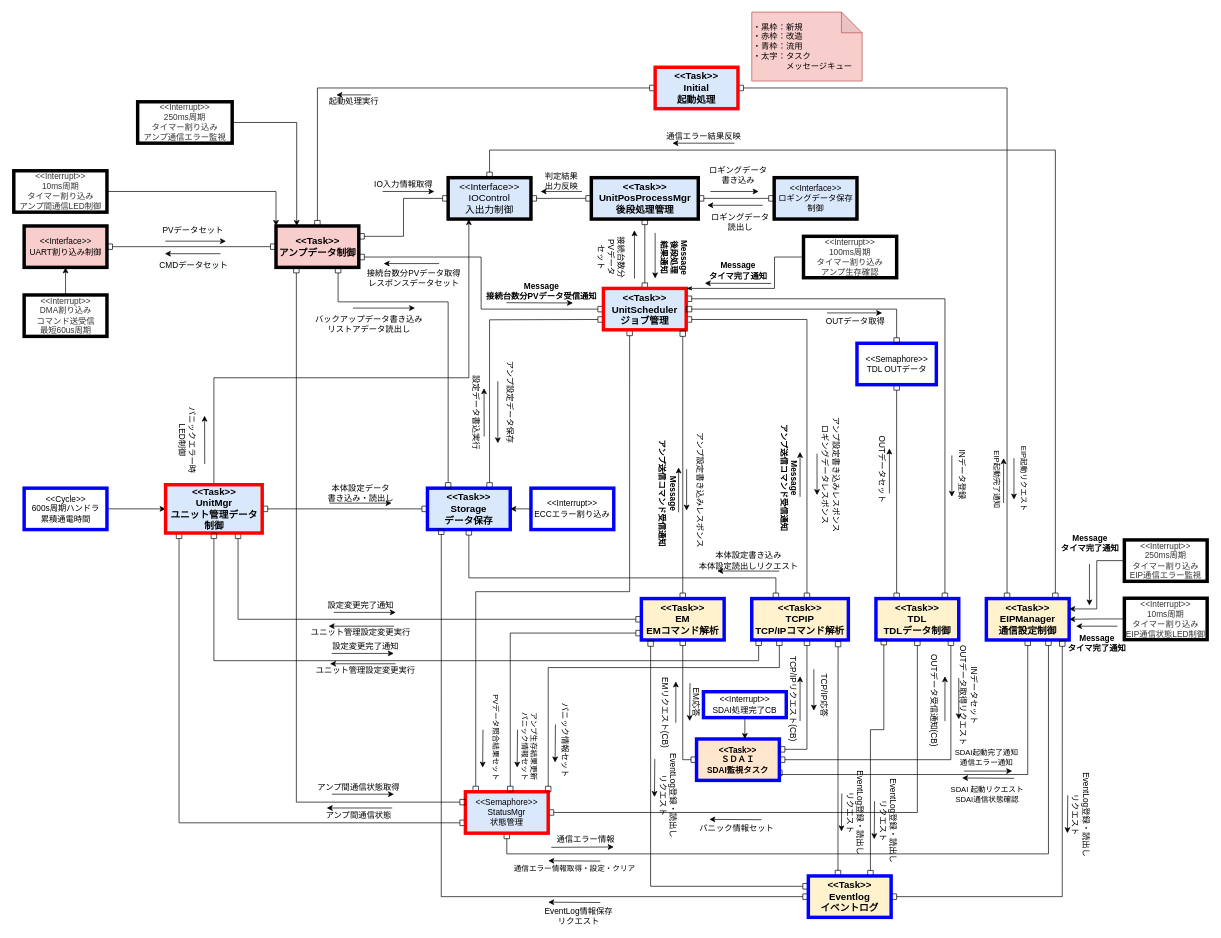
The draw.io diagram page "RevC_動的構造" (4 of 4) of NWユニット_アーキテクチャ図.drawio in YutaSuzukiGARI/nwunit, before the edit. Source tidied: cells renumbered, new cells numbered last; positions are measured from the earlier drawing's top-left corner, leaving out a move shared by most shapes. Both pictures are drawn from the tidied source at 69%, with x=0, y=0 at pixel (13, 12).
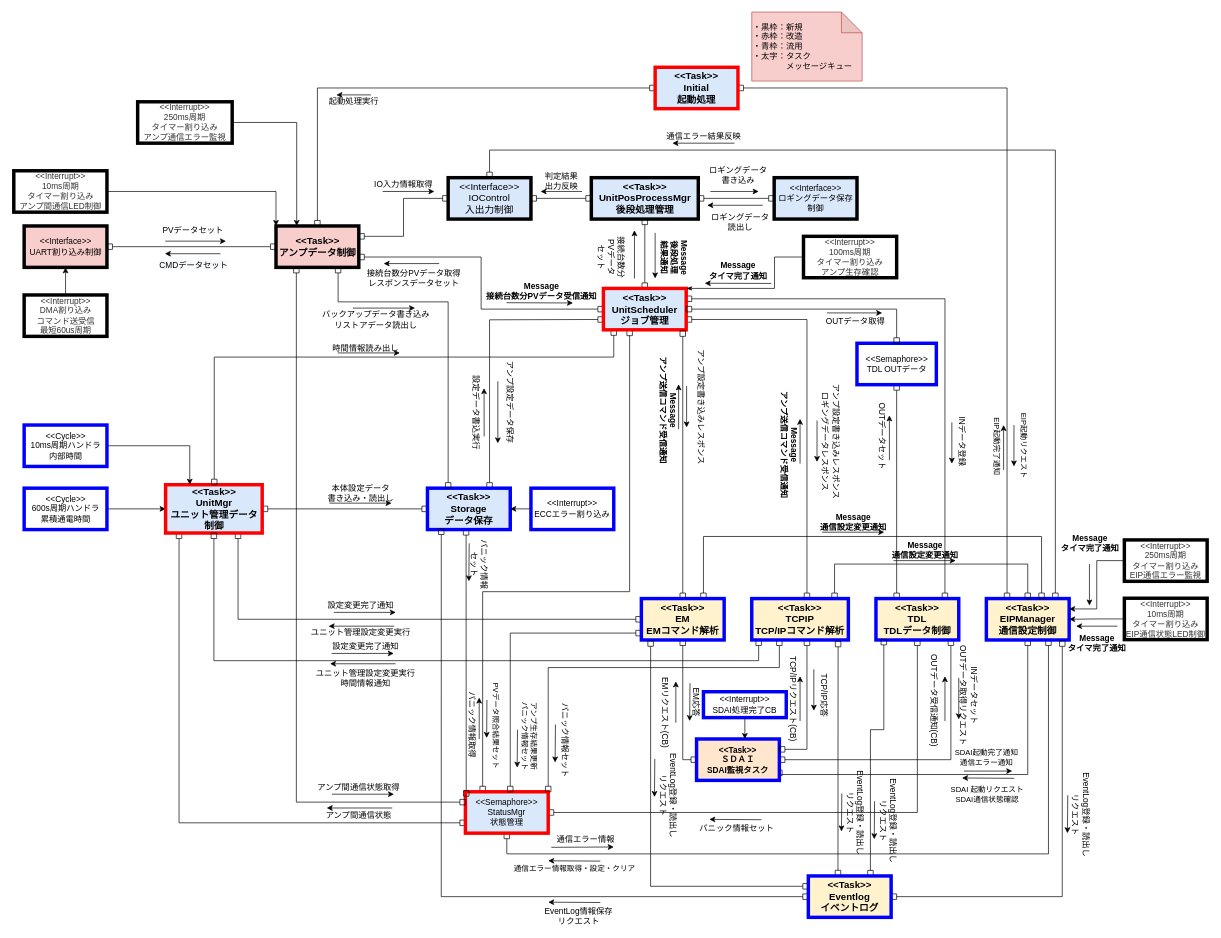
The same diagram, later.

Commit message (it also covers changes not shown here):
Update NWユニット_アーキテクチャ図.drawio

Unchanged cells that the change refers to:
```xml
<mxCell id="4" style="edgeStyle=orthogonalEdgeStyle;rounded=0;jettySize=auto;html=1;startArrow=box;startFill=0;endArrow=box;endFill=0;entryX=0.25;entryY=0;entryDx=0;entryDy=0;exitX=1;exitY=0.5;exitDx=0;exitDy=0;" parent="1" edge="1" source="7" target="12">
  <mxGeometry relative="1" as="geometry" />
</mxCell>
<mxCell id="12" value="&amp;lt;&amp;lt;Task&amp;gt;&amp;gt;&lt;br&gt;EIPManager&lt;br style=&quot;font-size: 14px&quot;&gt;通信設定制御" style="rounded=0;whiteSpace=wrap;html=1;fillColor=#fff2cc;strokeColor=#0000FF;strokeWidth=5;fontStyle=1;fontSize=14;" parent="1" vertex="1">
  <mxGeometry x="1410" y="850" width="120" height="60" as="geometry" />
</mxCell>
<mxCell id="34" value="&amp;lt;&amp;lt;Task&amp;gt;&amp;gt;&lt;br style=&quot;font-size: 14px&quot;&gt;UnitMgr&lt;br&gt;ユニット管理データ制御" style="rounded=0;whiteSpace=wrap;html=1;fillColor=#dae8fc;strokeColor=#FF0000;strokeWidth=5;fontStyle=1;fontSize=14;" parent="1" vertex="1">
  <mxGeometry x="220.5" y="685" width="140" height="70" as="geometry" />
</mxCell>
<mxCell id="36" value="&amp;lt;&amp;lt;Semaphore&amp;gt;&amp;gt;&lt;br&gt;StatusMgr&lt;br&gt;状態管理" style="rounded=0;whiteSpace=wrap;html=1;fillColor=#dae8fc;strokeColor=#FF0000;strokeWidth=5;" parent="1" vertex="1">
  <mxGeometry x="655" y="1130" width="120" height="60" as="geometry" />
</mxCell>
<mxCell id="38" value="&amp;lt;&amp;lt;Task&amp;gt;&amp;gt;&lt;br style=&quot;font-size: 14px&quot;&gt;Storage&lt;br&gt;データ保存" style="rounded=0;whiteSpace=wrap;html=1;fillColor=#dae8fc;strokeColor=#0000FF;strokeWidth=5;fontStyle=1;fontSize=14;" parent="1" vertex="1">
  <mxGeometry x="600" y="690" width="120" height="60" as="geometry" />
</mxCell>
<mxCell id="63" value="&amp;lt;&amp;lt;Task&amp;gt;&amp;gt;&lt;br&gt;TCPIP&lt;br style=&quot;font-size: 14px&quot;&gt;TCP/IPコマンド解析" style="rounded=0;whiteSpace=wrap;html=1;fillColor=#fff2cc;strokeColor=#0000FF;strokeWidth=5;fontStyle=1;fontSize=14;" parent="1" vertex="1">
  <mxGeometry x="1070" y="850" width="140" height="60" as="geometry" />
</mxCell>
<mxCell id="76" value="&lt;span style=&quot;font-size: 14px ; font-weight: 700&quot;&gt;&amp;lt;&amp;lt;Task&amp;gt;&amp;gt;&lt;/span&gt;&lt;br style=&quot;font-size: 14px ; font-weight: 700&quot;&gt;&lt;span style=&quot;font-size: 14px ; font-weight: 700&quot;&gt;UnitScheduler&lt;/span&gt;&lt;br style=&quot;font-size: 14px ; font-weight: 700&quot;&gt;&lt;span style=&quot;font-size: 14px ; font-weight: 700&quot;&gt;ジョブ管理&lt;/span&gt;" style="rounded=0;whiteSpace=wrap;html=1;fillColor=#dae8fc;strokeColor=#FF0000;strokeWidth=5;" parent="1" vertex="1">
  <mxGeometry x="855" y="400.5" width="120" height="60" as="geometry" />
</mxCell>
<mxCell id="107" value="&amp;lt;&amp;lt;Task&amp;gt;&amp;gt;&lt;br&gt;EM&lt;br style=&quot;font-size: 14px&quot;&gt;EMコマンド解析" style="rounded=0;whiteSpace=wrap;html=1;fillColor=#fff2cc;strokeColor=#0000FF;strokeWidth=5;fontStyle=1;fontSize=14;" parent="1" vertex="1">
  <mxGeometry x="910" y="850" width="120" height="60" as="geometry" />
</mxCell>
<mxCell id="145" value="&lt;span style=&quot;font-weight: normal&quot;&gt;&amp;lt;&amp;lt;Interface&amp;gt;&amp;gt;&lt;br style=&quot;font-size: 14px&quot;&gt;IOControl&lt;br&gt;入出力制御&lt;/span&gt;" style="rounded=0;whiteSpace=wrap;html=1;fillColor=#dae8fc;strokeColor=#000000;strokeWidth=5;fontStyle=1;fontSize=14;" parent="1" vertex="1">
  <mxGeometry x="630" y="240" width="120" height="60" as="geometry" />
</mxCell>
```

Change to the diagram source:
```diff
@@
     <mxCell id="5" value="EIP起動リクエスト" style="edgeLabel;html=1;align=center;verticalAlign=middle;rotation=90;" parent="4" vertex="1">
       <mxGeometry x="0.36" y="-3" relative="1" as="geometry">
-        <mxPoint x="28" y="187" as="offset" />
+        <mxPoint x="28" y="139" as="offset" />
       </mxGeometry>
     </mxCell>
@@
     <mxCell id="17" style="edgeStyle=orthogonalEdgeStyle;rounded=0;jettySize=auto;html=1;startArrow=box;startFill=0;endArrow=box;endFill=0;exitX=0.317;exitY=1.008;exitDx=0;exitDy=0;exitPerimeter=0;" parent="1" edge="1" source="76" target="36">
       <mxGeometry relative="1" as="geometry">
         <Array as="points">
           <mxPoint x="893" y="840" />
-          <mxPoint x="670" y="840" />
+          <mxPoint x="680" y="840" />
         </Array>
       </mxGeometry>
     </mxCell>
     <mxCell id="18" value="PVデータ照合結果セット" style="edgeLabel;html=1;align=center;verticalAlign=middle;rotation=90;" parent="17" vertex="1">
       <mxGeometry x="0.17" y="3" relative="1" as="geometry">
-        <mxPoint x="-50" y="207" as="offset" />
+        <mxPoint x="-56" y="190" as="offset" />
       </mxGeometry>
     </mxCell>
@@
-    <mxCell id="32" style="edgeStyle=orthogonalEdgeStyle;rounded=0;jettySize=auto;html=1;entryX=0.25;entryY=1;entryDx=0;entryDy=0;startArrow=none;startFill=0;endArrow=classic;endFill=1;exitX=0.5;exitY=0;exitDx=0;exitDy=0;" parent="1" edge="1" source="34" target="145">
-      <mxGeometry relative="1" as="geometry">
-        <Array as="points">
-          <mxPoint x="291" y="530" />
-          <mxPoint x="660" y="530" />
-        </Array>
-      </mxGeometry>
-    </mxCell>
@@
-    <mxCell id="37" style="edgeStyle=none;rounded=0;jettySize=auto;html=1;exitX=0.75;exitY=0;exitDx=0;exitDy=0;entryX=0;entryY=0.75;entryDx=0;entryDy=0;startArrow=box;startFill=0;endArrow=box;endFill=0;fontColor=#FF0000;" parent="1" edge="1" source="38" target="76">
+    <mxCell id="37" style="edgeStyle=none;rounded=0;jettySize=auto;html=1;exitX=0.75;exitY=0;exitDx=0;exitDy=0;startArrow=box;startFill=0;endArrow=box;endFill=0;fontColor=#FF0000;entryX=0;entryY=0.75;entryDx=0;entryDy=0;" parent="1" edge="1" source="38" target="76">
       <mxGeometry relative="1" as="geometry">
         <Array as="points">
           <mxPoint x="690" y="446" />
         </Array>
       </mxGeometry>
     </mxCell>
+    <mxCell id="188" style="edgeStyle=orthogonalEdgeStyle;rounded=0;jettySize=auto;html=1;entryX=0.01;entryY=0.107;entryDx=0;entryDy=0;entryPerimeter=0;startArrow=box;startFill=0;endArrow=box;endFill=0;" parent="1" edge="1" source="38" target="36">
+      <mxGeometry relative="1" as="geometry">
+        <Array as="points">
+          <mxPoint x="656" y="840" />
+          <mxPoint x="656" y="840" />
+        </Array>
+      </mxGeometry>
+    </mxCell>
@@
     <mxCell id="44" value="OUTデータセット" style="text;html=1;align=center;verticalAlign=middle;fontColor=#000000;rotation=90;fontStyle=0;" parent="1" vertex="1">
-      <mxGeometry x="1205" y="652.5" width="110" height="20" as="geometry" />
+      <mxGeometry x="1205" y="604.5" width="110" height="20" as="geometry" />
     </mxCell>
     <mxCell id="45" style="endArrow=classic;html=1;fontColor=#FF3333;" parent="1" edge="1">
       <mxGeometry relative="1" as="geometry">
-        <mxPoint x="1360" y="642.5" as="sourcePoint" />
-        <mxPoint x="1360" y="702.5" as="targetPoint" />
+        <mxPoint x="1360" y="594.5" as="sourcePoint" />
+        <mxPoint x="1360" y="654.5" as="targetPoint" />
       </mxGeometry>
     </mxCell>
     <mxCell id="46" style="endArrow=classic;html=1;fontColor=#FF3333;" parent="1" edge="1">
       <mxGeometry relative="1" as="geometry">
-        <mxPoint x="1269.5" y="697.5" as="sourcePoint" />
-        <mxPoint x="1269.5" y="632.5" as="targetPoint" />
+        <mxPoint x="1269.5" y="649.5" as="sourcePoint" />
+        <mxPoint x="1269.5" y="584.5" as="targetPoint" />
       </mxGeometry>
     </mxCell>
@@
     <mxCell id="50" value="Message&lt;br&gt;アンプ送信コマンド受信通知" style="text;html=1;align=center;verticalAlign=middle;fontColor=#000000;rotation=90;fontStyle=1;" parent="1" vertex="1">
-      <mxGeometry x="864" y="682.5" width="170" height="30" as="geometry" />
+      <mxGeometry x="864" y="562" width="170" height="30" as="geometry" />
     </mxCell>
     <mxCell id="51" style="endArrow=classic;html=1;fontColor=#FF3333;" parent="1" edge="1">
       <mxGeometry relative="1" as="geometry">
-        <mxPoint x="964" y="725" as="sourcePoint" />
-        <mxPoint x="964" y="660" as="targetPoint" />
+        <mxPoint x="964" y="604.5" as="sourcePoint" />
+        <mxPoint x="964" y="539.5" as="targetPoint" />
       </mxGeometry>
     </mxCell>
     <mxCell id="52" style="endArrow=classic;html=1;fontColor=#FF3333;" parent="1" edge="1">
       <mxGeometry relative="1" as="geometry">
-        <mxPoint x="975.6" y="662.5" as="sourcePoint" />
-        <mxPoint x="975.6" y="722.5" as="targetPoint" />
+        <mxPoint x="975.6" y="542" as="sourcePoint" />
+        <mxPoint x="975.6" y="602" as="targetPoint" />
       </mxGeometry>
     </mxCell>
     <mxCell id="53" value="アンプ設定書き込みレスポンス" style="text;html=1;align=center;verticalAlign=middle;rotation=90;" parent="1" vertex="1">
-      <mxGeometry x="906" y="682.5" width="180" height="20" as="geometry" />
+      <mxGeometry x="906" y="562" width="180" height="20" as="geometry" />
     </mxCell>
@@
-    <mxCell id="61" style="edgeStyle=orthogonalEdgeStyle;rounded=0;jettySize=auto;html=1;entryX=0.5;entryY=1;entryDx=0;entryDy=0;startArrow=box;startFill=0;endArrow=box;endFill=0;fontColor=#FF0000;exitX=0.25;exitY=0;exitDx=0;exitDy=0;" parent="1" edge="1" source="63" target="38">
-      <mxGeometry relative="1" as="geometry">
-        <Array as="points">
-          <mxPoint x="1105" y="820" />
-          <mxPoint x="660" y="820" />
-        </Array>
-      </mxGeometry>
-    </mxCell>
@@
+    <mxCell id="189" style="edgeStyle=orthogonalEdgeStyle;rounded=0;jettySize=auto;html=1;entryX=0.5;entryY=0;entryDx=0;entryDy=0;startArrow=box;startFill=0;endArrow=box;endFill=0;" parent="1" edge="1" source="63" target="12">
+      <mxGeometry relative="1" as="geometry">
+        <Array as="points">
+          <mxPoint x="1190" y="800" />
+          <mxPoint x="1470" y="800" />
+        </Array>
+      </mxGeometry>
+    </mxCell>
@@
     <mxCell id="67" value="Message&lt;br&gt;アンプ送信コマンド受信通知" style="text;html=1;align=center;verticalAlign=middle;fontColor=#000000;rotation=90;fontStyle=1;" parent="1" vertex="1">
-      <mxGeometry x="1040" y="660" width="170" height="30" as="geometry" />
+      <mxGeometry x="1040" y="612" width="170" height="30" as="geometry" />
     </mxCell>
     <mxCell id="68" style="endArrow=classic;html=1;fontColor=#FF3333;" parent="1" edge="1">
       <mxGeometry relative="1" as="geometry">
-        <mxPoint x="1140" y="702.5" as="sourcePoint" />
-        <mxPoint x="1140" y="637.5" as="targetPoint" />
+        <mxPoint x="1140" y="654.5" as="sourcePoint" />
+        <mxPoint x="1140" y="589.5" as="targetPoint" />
       </mxGeometry>
     </mxCell>
     <mxCell id="69" style="endArrow=classic;html=1;fontColor=#FF3333;" parent="1" edge="1">
       <mxGeometry relative="1" as="geometry">
-        <mxPoint x="1164.6" y="640" as="sourcePoint" />
-        <mxPoint x="1164.6" y="700" as="targetPoint" />
+        <mxPoint x="1164.6" y="592" as="sourcePoint" />
+        <mxPoint x="1164.6" y="652" as="targetPoint" />
       </mxGeometry>
     </mxCell>
     <mxCell id="70" value="アンプ設定書き込みレスポンス&lt;br&gt;ロギングデータレスポンス" style="text;html=1;align=center;verticalAlign=middle;rotation=90;" parent="1" vertex="1">
-      <mxGeometry x="1095" y="655" width="180" height="30" as="geometry" />
+      <mxGeometry x="1095" y="607" width="180" height="30" as="geometry" />
     </mxCell>
@@
+    <mxCell id="190" style="edgeStyle=orthogonalEdgeStyle;rounded=0;jettySize=auto;html=1;startArrow=box;startFill=0;endArrow=box;endFill=0;" parent="1" edge="1" source="76" target="34">
+      <mxGeometry relative="1" as="geometry">
+        <Array as="points">
+          <mxPoint x="870" y="500" />
+          <mxPoint x="291" y="500" />
+        </Array>
+      </mxGeometry>
+    </mxCell>
@@
-    <mxCell id="82" value="ユニット管理設定変更実行" style="text;html=1;align=center;verticalAlign=middle;" parent="1" vertex="1">
-      <mxGeometry x="430" y="945" width="160" height="20" as="geometry" />
+    <mxCell id="82" value="ユニット管理設定変更実行&lt;br&gt;時間情報通知" style="text;html=1;align=center;verticalAlign=middle;" parent="1" vertex="1">
+      <mxGeometry x="430" y="950" width="160" height="30" as="geometry" />
     </mxCell>
@@
     <mxCell id="97" value="&lt;span style=&quot;font-size: 11px ; background-color: rgb(255 , 255 , 255)&quot;&gt;EIP起動完了通知&lt;/span&gt;" style="text;html=1;align=center;verticalAlign=middle;fontColor=#000000;rotation=90;" parent="1" vertex="1">
-      <mxGeometry x="1375.5" y="666.5" width="100" height="20" as="geometry" />
+      <mxGeometry x="1375.5" y="618.5" width="100" height="20" as="geometry" />
     </mxCell>
     <mxCell id="98" style="endArrow=classic;html=1;fontColor=#FF3333;" parent="1" edge="1">
       <mxGeometry relative="1" as="geometry">
-        <mxPoint x="1450" y="646.5" as="sourcePoint" />
-        <mxPoint x="1450" y="706.5" as="targetPoint" />
+        <mxPoint x="1450" y="598.5" as="sourcePoint" />
+        <mxPoint x="1450" y="658.5" as="targetPoint" />
       </mxGeometry>
     </mxCell>
     <mxCell id="99" style="endArrow=classic;html=1;fontColor=#FF3333;" parent="1" edge="1">
       <mxGeometry relative="1" as="geometry">
-        <mxPoint x="1435" y="711.5" as="sourcePoint" />
-        <mxPoint x="1435" y="646.5" as="targetPoint" />
+        <mxPoint x="1435" y="663.5" as="sourcePoint" />
+        <mxPoint x="1435" y="598.5" as="targetPoint" />
       </mxGeometry>
     </mxCell>
@@
+    <mxCell id="191" style="edgeStyle=orthogonalEdgeStyle;rounded=0;jettySize=auto;html=1;startArrow=box;startFill=0;endArrow=box;endFill=0;entryX=0.667;entryY=0;entryDx=0;entryDy=0;entryPerimeter=0;" parent="1" edge="1" source="107" target="12">
+      <mxGeometry relative="1" as="geometry">
+        <Array as="points">
+          <mxPoint x="1000" y="760" />
+          <mxPoint x="1490" y="760" />
+        </Array>
+      </mxGeometry>
+    </mxCell>
@@
     <mxCell id="108" style="endArrow=classic;html=1;fontColor=#FF3333;" parent="1" edge="1">
       <mxGeometry relative="1" as="geometry">
-        <mxPoint x="680.5" y="1040" as="sourcePoint" />
-        <mxPoint x="680" y="1095" as="targetPoint" />
+        <mxPoint x="686.2" y="997" as="sourcePoint" />
+        <mxPoint x="685.8" y="1052" as="targetPoint" />
       </mxGeometry>
     </mxCell>
@@
     <mxCell id="113" value="アンプ生存結果更新&lt;br&gt;パニック情報セット" style="edgeLabel;html=1;align=center;verticalAlign=middle;rotation=90;" parent="1" vertex="1">
-      <mxGeometry x="750" y="1080" as="geometry">
+      <mxGeometry x="750" y="1065" as="geometry">
         <mxPoint x="-17" y="1" as="offset" />
       </mxGeometry>
     </mxCell>
@@
-    <mxCell id="115" value="パニックエラー時&lt;br&gt;LED制御" style="text;html=1;align=center;verticalAlign=middle;fontColor=#000000;rotation=90;" parent="1" vertex="1">
-      <mxGeometry x="197" y="605" width="110" height="30" as="geometry" />
-    </mxCell>
     <mxCell id="116" value="INデータ登録" style="text;html=1;align=center;verticalAlign=middle;rotation=90;" parent="1" vertex="1">
-      <mxGeometry x="1330" y="660" width="90" height="20" as="geometry" />
+      <mxGeometry x="1330" y="612" width="90" height="20" as="geometry" />
     </mxCell>
@@
-    <mxCell id="122" value="本体設定書き込み&lt;br&gt;本体設定読出しリクエスト" style="text;html=1;align=center;verticalAlign=middle;" parent="1" vertex="1">
-      <mxGeometry x="985" y="780" width="160" height="30" as="geometry" />
-    </mxCell>
-    <mxCell id="123" style="endArrow=classic;html=1;fontColor=#FF3333;" parent="1" edge="1">
-      <mxGeometry relative="1" as="geometry">
-        <mxPoint x="1110" y="810.2" as="sourcePoint" />
-        <mxPoint x="1020" y="810" as="targetPoint" />
-      </mxGeometry>
-    </mxCell>
@@
-    <mxCell id="156" style="endArrow=classic;html=1;fontColor=#FF3333;" parent="1" edge="1">
-      <mxGeometry relative="1" as="geometry">
-        <mxPoint x="277.2" y="655" as="sourcePoint" />
-        <mxPoint x="277" y="585" as="targetPoint" />
-      </mxGeometry>
-    </mxCell>
     <mxCell id="157" value="バックアップデータ書き込み&lt;br&gt;リストアデータ読出し" style="text;html=1;align=center;verticalAlign=middle;" parent="1" vertex="1">
-      <mxGeometry x="430" y="437" width="170" height="30" as="geometry" />
+      <mxGeometry x="440" y="430.5" width="170" height="30" as="geometry" />
     </mxCell>
@@
+    <mxCell id="192" value="&lt;b&gt;Message&lt;br&gt;通信設定変更通知&lt;/b&gt;" style="text;html=1;align=center;verticalAlign=middle;" parent="1" vertex="1">
+      <mxGeometry x="1162" y="723.8" width="110" height="30" as="geometry" />
+    </mxCell>
+    <mxCell id="193" style="endArrow=classic;html=1;fontColor=#FF3333;" parent="1" edge="1">
+      <mxGeometry relative="1" as="geometry">
+        <mxPoint x="1172" y="753.8" as="sourcePoint" />
+        <mxPoint x="1262" y="753.8" as="targetPoint" />
+      </mxGeometry>
+    </mxCell>
+    <mxCell id="194" value="&lt;b&gt;Message&lt;br&gt;通信設定変更通知&lt;/b&gt;" style="text;html=1;align=center;verticalAlign=middle;" parent="1" vertex="1">
+      <mxGeometry x="1265.5" y="765" width="110" height="30" as="geometry" />
+    </mxCell>
+    <mxCell id="195" style="endArrow=classic;html=1;fontColor=#FF3333;" parent="1" edge="1">
+      <mxGeometry relative="1" as="geometry">
+        <mxPoint x="1275.5" y="795" as="sourcePoint" />
+        <mxPoint x="1365.5" y="795" as="targetPoint" />
+      </mxGeometry>
+    </mxCell>
+    <mxCell id="196" value="時間情報読み出し" style="text;html=1;align=center;verticalAlign=middle;" parent="1" vertex="1">
+      <mxGeometry x="455" y="477" width="110" height="20" as="geometry" />
+    </mxCell>
+    <mxCell id="197" style="endArrow=classic;html=1;fontColor=#FF3333;" parent="1" edge="1">
+      <mxGeometry relative="1" as="geometry">
+        <mxPoint x="470" y="494" as="sourcePoint" />
+        <mxPoint x="560" y="494" as="targetPoint" />
+      </mxGeometry>
+    </mxCell>
+    <mxCell id="198" style="edgeStyle=orthogonalEdgeStyle;rounded=0;jettySize=auto;html=1;entryX=0.25;entryY=0;entryDx=0;entryDy=0;startArrow=none;startFill=0;endArrow=classic;endFill=1;" parent="1" edge="1" source="199" target="34">
+      <mxGeometry relative="1" as="geometry" />
+    </mxCell>
+    <mxCell id="199" value="&amp;lt;&amp;lt;Cycle&amp;gt;&amp;gt;&lt;br&gt;10ms周期ハンドラ&lt;br&gt;内部時間" style="rounded=0;whiteSpace=wrap;html=1;strokeColor=#0000FF;strokeWidth=5;" parent="1" vertex="1">
+      <mxGeometry x="15.5" y="598.5" width="120" height="60" as="geometry" />
+    </mxCell>
+    <mxCell id="200" value="パニック情報取得" style="text;html=1;align=center;verticalAlign=middle;rotation=90;" parent="1" vertex="1">
+      <mxGeometry x="610" y="1022.5" width="110" height="20" as="geometry" />
+    </mxCell>
+    <mxCell id="201" style="endArrow=classic;html=1;fontColor=#FF3333;" parent="1" edge="1">
+      <mxGeometry relative="1" as="geometry">
+        <mxPoint x="675" y="1053.5" as="sourcePoint" />
+        <mxPoint x="675" y="993.5" as="targetPoint" />
+      </mxGeometry>
+    </mxCell>
+    <mxCell id="202" value="パニック情報&lt;br&gt;セット" style="text;html=1;align=center;verticalAlign=middle;rotation=90;" parent="1" vertex="1">
+      <mxGeometry x="630" y="785" width="90" height="30" as="geometry" />
+    </mxCell>
+    <mxCell id="203" style="endArrow=classic;html=1;fontColor=#FF3333;" parent="1" edge="1">
+      <mxGeometry relative="1" as="geometry">
+        <mxPoint x="660.5" y="770" as="sourcePoint" />
+        <mxPoint x="660" y="825" as="targetPoint" />
+      </mxGeometry>
+    </mxCell>
```
